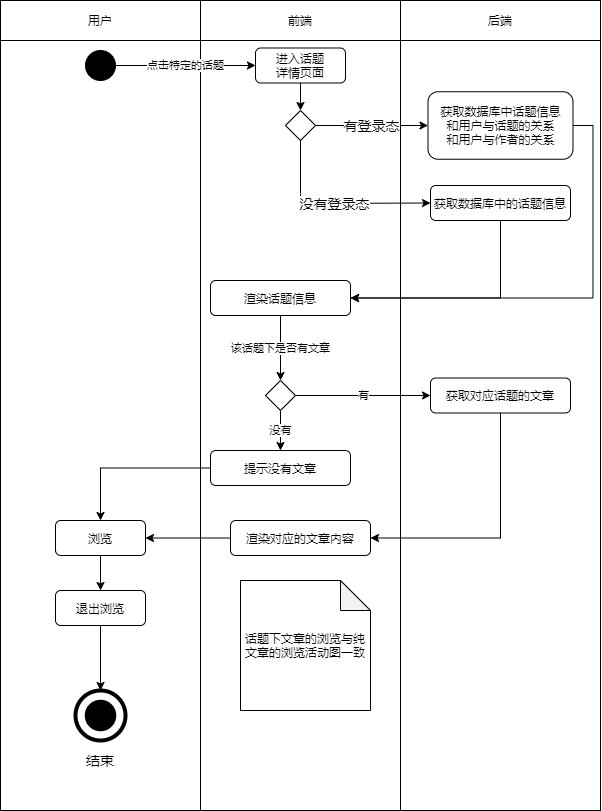
Jater0/Graduation keeps this draw.io diagram as user-activity-design/user.bbs-browse-topic.active.drawio.png. Above is the earlier version. Source tidied: cells renumbered, new cells last; positions are measured from the earlier drawing's top-left corner, leaving out a move shared by most shapes. Its diagram source:
```xml
<mxGraphModel>
  <root>
    <mxCell id="0" />
    <mxCell id="1" parent="0" />
    <mxCell id="2" style="rounded=0;whiteSpace=wrap;html=1;" parent="1" vertex="1">
      <mxGeometry x="400" y="40" width="200" height="770" as="geometry" />
    </mxCell>
    <mxCell id="3" style="rounded=0;whiteSpace=wrap;html=1;" parent="1" vertex="1">
      <mxGeometry y="40" width="200" height="770" as="geometry" />
    </mxCell>
    <mxCell id="4" style="rounded=0;whiteSpace=wrap;html=1;" parent="1" vertex="1">
      <mxGeometry x="200" y="40" width="200" height="770" as="geometry" />
    </mxCell>
    <mxCell id="5" value="用户" style="rounded=0;whiteSpace=wrap;html=1;" parent="1" vertex="1">
      <mxGeometry width="200" height="40" as="geometry" />
    </mxCell>
    <mxCell id="6" value="前端" style="rounded=0;whiteSpace=wrap;html=1;" parent="1" vertex="1">
      <mxGeometry x="200" width="200" height="40" as="geometry" />
    </mxCell>
    <mxCell id="7" value="后端" style="rounded=0;whiteSpace=wrap;html=1;" parent="1" vertex="1">
      <mxGeometry x="400" width="200" height="40" as="geometry" />
    </mxCell>
    <mxCell id="8" value="点击特定的话题" style="edgeStyle=orthogonalEdgeStyle;rounded=0;jettySize=auto;html=1;entryX=0;entryY=0.5;entryDx=0;entryDy=0;" parent="1" edge="1" source="9" target="11">
      <mxGeometry relative="1" as="geometry" />
    </mxCell>
    <mxCell id="9" style="ellipse;whiteSpace=wrap;html=1;background=black;strokeColor=#030303;fillColor=#000000;" parent="1" vertex="1">
      <mxGeometry x="85" y="50" width="30" height="30" as="geometry" />
    </mxCell>
    <mxCell id="10" style="edgeStyle=orthogonalEdgeStyle;rounded=0;jettySize=auto;html=1;exitX=0.5;exitY=1;exitDx=0;exitDy=0;entryX=0.5;entryY=0;entryDx=0;entryDy=0;fontSize=14;" parent="1" edge="1" source="11" target="15">
      <mxGeometry relative="1" as="geometry" />
    </mxCell>
    <mxCell id="11" value="进入话题&lt;br&gt;详情页面" style="rounded=1;whiteSpace=wrap;html=1;" parent="1" vertex="1">
      <mxGeometry x="255" y="47.5" width="90" height="35" as="geometry" />
    </mxCell>
    <mxCell id="12" style="ellipse;whiteSpace=wrap;html=1;rounded=1;strokeColor=#000000;strokeWidth=4;fillColor=none;gradientColor=none;fontSize=14;" parent="1" vertex="1">
      <mxGeometry x="75" y="690" width="50" height="50" as="geometry" />
    </mxCell>
    <mxCell id="13" style="ellipse;whiteSpace=wrap;html=1;rounded=1;strokeWidth=4;fontSize=14;fillColor=#000000;" parent="1" vertex="1">
      <mxGeometry x="86.2" y="701.2" width="27.5" height="27.5" as="geometry" />
    </mxCell>
    <mxCell id="14" value="结束" style="text;html=1;strokeColor=none;fillColor=none;align=center;verticalAlign=middle;whiteSpace=wrap;rounded=0;fontSize=14;" parent="1" vertex="1">
      <mxGeometry x="80" y="750" width="40" height="20" as="geometry" />
    </mxCell>
    <mxCell id="15" style="rhombus;whiteSpace=wrap;html=1;" parent="1" vertex="1">
      <mxGeometry x="285" y="110" width="30" height="30" as="geometry" />
    </mxCell>
    <mxCell id="16" value="有登录态" style="endArrow=classic;html=1;exitX=1;exitY=0.5;exitDx=0;exitDy=0;entryX=0;entryY=0.5;entryDx=0;entryDy=0;fontSize=14;" parent="1" edge="1" source="15" target="18">
      <mxGeometry relative="1" as="geometry" />
    </mxCell>
    <mxCell id="17" style="edgeStyle=orthogonalEdgeStyle;rounded=0;jettySize=auto;html=1;exitX=1;exitY=0.5;exitDx=0;exitDy=0;entryX=1;entryY=0.5;entryDx=0;entryDy=0;" parent="1" edge="1" source="18" target="24">
      <mxGeometry relative="1" as="geometry" />
    </mxCell>
    <mxCell id="18" value="获取数据库中话题信息&lt;br&gt;和用户与话题的关系&lt;br&gt;和用户与作者的关系" style="rounded=1;whiteSpace=wrap;html=1;" parent="1" vertex="1">
      <mxGeometry x="427.5" y="91.2" width="145" height="67.5" as="geometry" />
    </mxCell>
    <mxCell id="19" style="edgeStyle=orthogonalEdgeStyle;rounded=0;jettySize=auto;html=1;exitX=0.5;exitY=1;exitDx=0;exitDy=0;entryX=1;entryY=0.5;entryDx=0;entryDy=0;" parent="1" edge="1" source="20" target="24">
      <mxGeometry relative="1" as="geometry" />
    </mxCell>
    <mxCell id="20" value="获取数据库中的话题信息" style="rounded=1;whiteSpace=wrap;html=1;" parent="1" vertex="1">
      <mxGeometry x="430" y="185" width="140" height="35" as="geometry" />
    </mxCell>
    <mxCell id="21" value="没有登录态" style="endArrow=classic;html=1;fontSize=14;exitX=0.5;exitY=1;exitDx=0;exitDy=0;entryX=0;entryY=0.5;entryDx=0;entryDy=0;" parent="1" edge="1" source="15" target="20">
      <mxGeometry relative="1" as="geometry">
        <Array as="points">
          <mxPoint x="300" y="203" />
        </Array>
      </mxGeometry>
    </mxCell>
    <mxCell id="22" value="有" style="edgeStyle=orthogonalEdgeStyle;rounded=0;jettySize=auto;html=1;exitX=1;exitY=0.5;exitDx=0;exitDy=0;entryX=0;entryY=0.5;entryDx=0;entryDy=0;" parent="1" edge="1" source="34" target="26">
      <mxGeometry relative="1" as="geometry" />
    </mxCell>
    <mxCell id="23" value="该话题下是否有文章" style="edgeStyle=orthogonalEdgeStyle;rounded=0;jettySize=auto;html=1;exitX=0.5;exitY=1;exitDx=0;exitDy=0;entryX=0.5;entryY=0;entryDx=0;entryDy=0;" parent="1" edge="1" source="24" target="34">
      <mxGeometry relative="1" as="geometry" />
    </mxCell>
    <mxCell id="24" value="渲染话题信息" style="rounded=1;whiteSpace=wrap;html=1;" parent="1" vertex="1">
      <mxGeometry x="210" y="280" width="140" height="35" as="geometry" />
    </mxCell>
    <mxCell id="25" style="edgeStyle=orthogonalEdgeStyle;rounded=0;jettySize=auto;html=1;exitX=0.5;exitY=1;exitDx=0;exitDy=0;entryX=1;entryY=0.5;entryDx=0;entryDy=0;" parent="1" edge="1" source="26" target="28">
      <mxGeometry relative="1" as="geometry" />
    </mxCell>
    <mxCell id="26" value="获取对应话题的文章" style="rounded=1;whiteSpace=wrap;html=1;" parent="1" vertex="1">
      <mxGeometry x="430" y="377.5" width="140" height="35" as="geometry" />
    </mxCell>
    <mxCell id="27" style="edgeStyle=orthogonalEdgeStyle;rounded=0;jettySize=auto;html=1;exitX=0;exitY=0.5;exitDx=0;exitDy=0;entryX=1;entryY=0.5;entryDx=0;entryDy=0;" parent="1" edge="1" source="28" target="30">
      <mxGeometry relative="1" as="geometry" />
    </mxCell>
    <mxCell id="28" value="渲染对应的文章内容" style="rounded=1;whiteSpace=wrap;html=1;" parent="1" vertex="1">
      <mxGeometry x="230" y="520" width="140" height="35" as="geometry" />
    </mxCell>
    <mxCell id="29" style="edgeStyle=orthogonalEdgeStyle;rounded=0;jettySize=auto;html=1;exitX=0.5;exitY=1;exitDx=0;exitDy=0;" parent="1" edge="1" source="30" target="32">
      <mxGeometry relative="1" as="geometry" />
    </mxCell>
    <mxCell id="30" value="浏览" style="rounded=1;whiteSpace=wrap;html=1;" parent="1" vertex="1">
      <mxGeometry x="55" y="520" width="90" height="35" as="geometry" />
    </mxCell>
    <mxCell id="31" style="edgeStyle=orthogonalEdgeStyle;rounded=0;jettySize=auto;html=1;exitX=0.5;exitY=1;exitDx=0;exitDy=0;entryX=0.5;entryY=0;entryDx=0;entryDy=0;" parent="1" edge="1" source="32" target="12">
      <mxGeometry relative="1" as="geometry" />
    </mxCell>
    <mxCell id="32" value="退出浏览" style="rounded=1;whiteSpace=wrap;html=1;" parent="1" vertex="1">
      <mxGeometry x="55" y="590" width="90" height="35" as="geometry" />
    </mxCell>
    <mxCell id="33" value="没有" style="edgeStyle=orthogonalEdgeStyle;rounded=0;jettySize=auto;html=1;exitX=0.5;exitY=1;exitDx=0;exitDy=0;entryX=0.5;entryY=0;entryDx=0;entryDy=0;" parent="1" edge="1" source="34" target="36">
      <mxGeometry relative="1" as="geometry" />
    </mxCell>
    <mxCell id="34" style="rhombus;whiteSpace=wrap;html=1;" parent="1" vertex="1">
      <mxGeometry x="265" y="380" width="30" height="30" as="geometry" />
    </mxCell>
    <mxCell id="35" style="edgeStyle=orthogonalEdgeStyle;rounded=0;jettySize=auto;html=1;exitX=0;exitY=0.5;exitDx=0;exitDy=0;" parent="1" edge="1" source="36" target="30">
      <mxGeometry relative="1" as="geometry" />
    </mxCell>
    <mxCell id="36" value="提示没有文章" style="rounded=1;whiteSpace=wrap;html=1;" parent="1" vertex="1">
      <mxGeometry x="210" y="450" width="140" height="35" as="geometry" />
    </mxCell>
    <mxCell id="37" value="话题下文章的浏览与纯文章的浏览活动图一致" style="shape=note;whiteSpace=wrap;html=1;backgroundOutline=1;darkOpacity=0.05;" parent="1" vertex="1">
      <mxGeometry x="240" y="580" width="130" height="130" as="geometry" />
    </mxCell>
  </root>
</mxGraphModel>
```
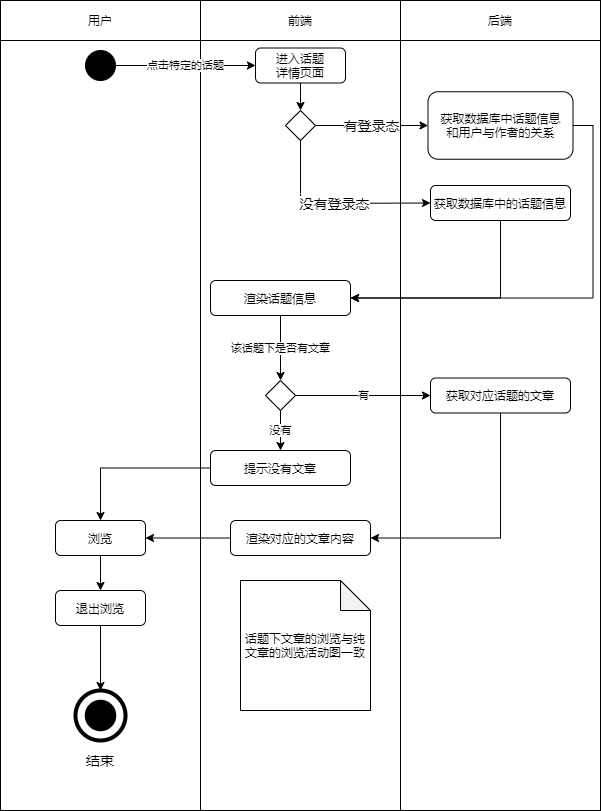
After the change.

The edit, as a diff of the source:
```diff
@@ -50,7 +50,7 @@
     <mxCell id="17" style="edgeStyle=orthogonalEdgeStyle;rounded=0;jettySize=auto;html=1;exitX=1;exitY=0.5;exitDx=0;exitDy=0;entryX=1;entryY=0.5;entryDx=0;entryDy=0;" parent="1" edge="1" source="18" target="24">
       <mxGeometry relative="1" as="geometry" />
     </mxCell>
-    <mxCell id="18" value="获取数据库中话题信息&lt;br&gt;和用户与话题的关系&lt;br&gt;和用户与作者的关系" style="rounded=1;whiteSpace=wrap;html=1;" parent="1" vertex="1">
+    <mxCell id="18" value="获取数据库中话题信息&lt;br&gt;和用户与作者的关系" style="rounded=1;whiteSpace=wrap;html=1;" parent="1" vertex="1">
       <mxGeometry x="427.5" y="91.2" width="145" height="67.5" as="geometry" />
     </mxCell>
     <mxCell id="19" style="edgeStyle=orthogonalEdgeStyle;rounded=0;jettySize=auto;html=1;exitX=0.5;exitY=1;exitDx=0;exitDy=0;entryX=1;entryY=0.5;entryDx=0;entryDy=0;" parent="1" edge="1" source="20" target="24">
```
